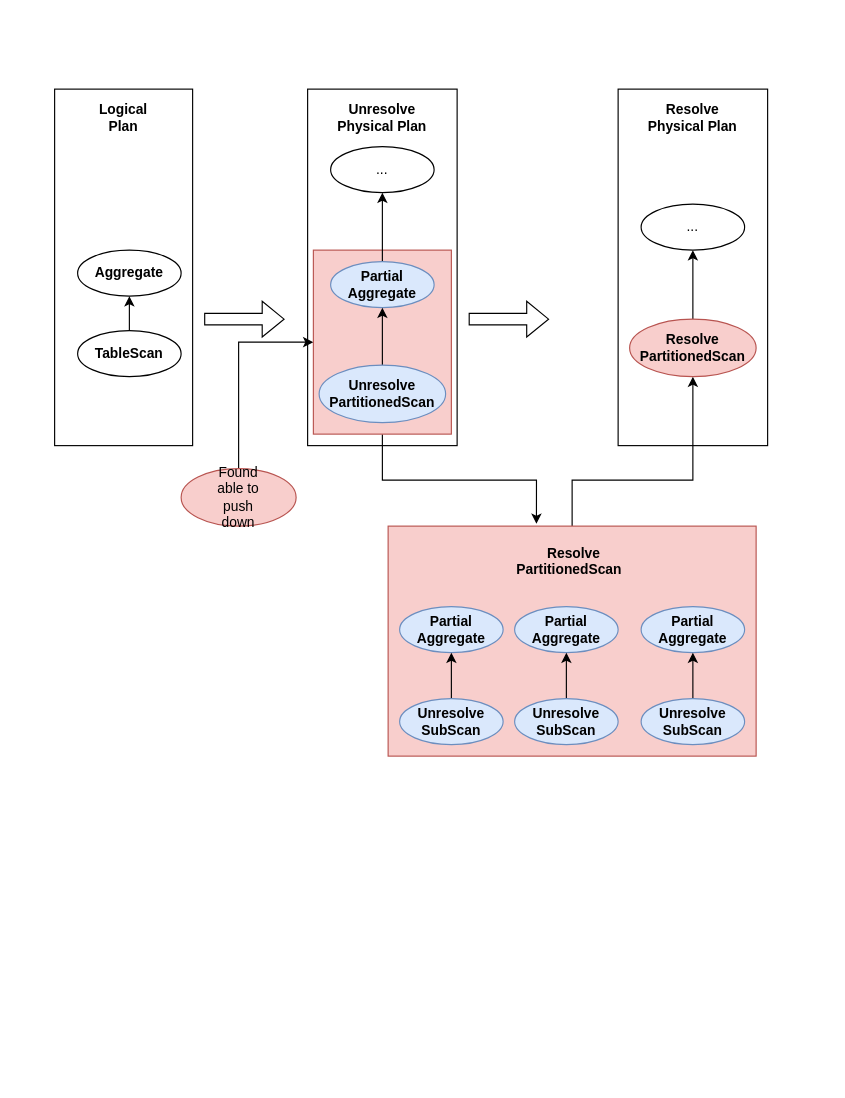
Rachelint/drawio-store keeps this draw.io diagram as remote_scan.drawio. Above is the earlier version. Source tidied: cells renumbered, new cells numbered last; positions are measured from the earlier drawing's top-left corner, leaving out a move shared by most shapes. Both pictures are drawn from the tidied source at 115%, with x=0, y=0 at pixel (54, 89).
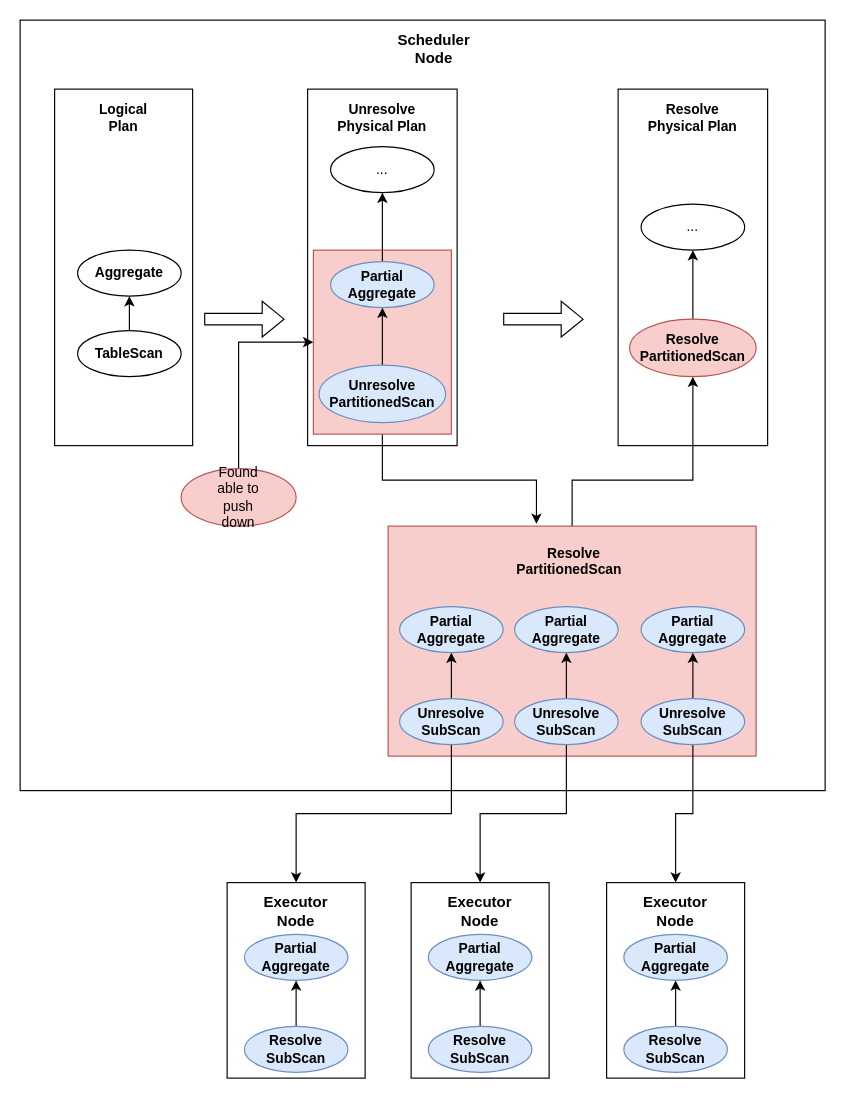
After the change.

The change refers to these unchanged cells:
```xml
<mxCell id="29" value="&lt;div&gt;&lt;b&gt;Unresolve&lt;/b&gt;&lt;/div&gt;&lt;div&gt;&lt;b&gt;SubScan&lt;br&gt;&lt;/b&gt;&lt;/div&gt;" style="ellipse;whiteSpace=wrap;html=1;fillColor=#dae8fc;strokeColor=#6c8ebf;" parent="1" vertex="1">
  <mxGeometry x="300" y="530" width="90" height="40" as="geometry" />
</mxCell>
<mxCell id="32" value="&lt;div&gt;&lt;b&gt;Unresolve&lt;/b&gt;&lt;/div&gt;&lt;div&gt;&lt;b&gt;SubScan&lt;br&gt;&lt;/b&gt;&lt;/div&gt;" style="ellipse;whiteSpace=wrap;html=1;fillColor=#dae8fc;strokeColor=#6c8ebf;" parent="1" vertex="1">
  <mxGeometry x="400" y="530" width="90" height="40" as="geometry" />
</mxCell>
<mxCell id="35" value="&lt;div&gt;&lt;b&gt;Unresolve&lt;/b&gt;&lt;/div&gt;&lt;div&gt;&lt;b&gt;SubScan&lt;br&gt;&lt;/b&gt;&lt;/div&gt;" style="ellipse;whiteSpace=wrap;html=1;fillColor=#dae8fc;strokeColor=#6c8ebf;" parent="1" vertex="1">
  <mxGeometry x="510" y="530" width="90" height="40" as="geometry" />
</mxCell>
```

What changed in the source:
```diff
@@
+    <mxCell id="38" style="rounded=0;whiteSpace=wrap;html=1;" parent="1" vertex="1">
+      <mxGeometry x="-30" y="-60" width="700" height="670" as="geometry" />
+    </mxCell>
@@
     <mxCell id="20" style="shape=flexArrow;endArrow=classic;html=1;rounded=0;" parent="1" edge="1">
       <mxGeometry relative="1" as="geometry">
-        <mxPoint x="360" y="200" as="sourcePoint" />
-        <mxPoint x="430" y="200" as="targetPoint" />
+        <mxPoint x="390" y="200" as="sourcePoint" />
+        <mxPoint x="460" y="200" as="targetPoint" />
       </mxGeometry>
     </mxCell>
@@
+    <mxCell id="39" style="edgeStyle=orthogonalEdgeStyle;rounded=0;jettySize=auto;html=1;exitX=0.5;exitY=1;exitDx=0;exitDy=0;entryX=0.5;entryY=0;entryDx=0;entryDy=0;" parent="1" edge="1" source="29" target="43">
+      <mxGeometry relative="1" as="geometry" />
+    </mxCell>
@@
+    <mxCell id="40" style="edgeStyle=orthogonalEdgeStyle;rounded=0;jettySize=auto;html=1;exitX=0.5;exitY=1;exitDx=0;exitDy=0;" parent="1" edge="1" source="32" target="48">
+      <mxGeometry relative="1" as="geometry" />
+    </mxCell>
@@
+    <mxCell id="41" style="edgeStyle=orthogonalEdgeStyle;rounded=0;jettySize=auto;html=1;exitX=0.5;exitY=1;exitDx=0;exitDy=0;entryX=0.5;entryY=0;entryDx=0;entryDy=0;" parent="1" edge="1" source="35" target="53">
+      <mxGeometry relative="1" as="geometry" />
+    </mxCell>
@@
+    <mxCell id="42" value="&lt;font style=&quot;font-size: 13px;&quot;&gt;&lt;b&gt;Scheduler Node&lt;br&gt;&lt;/b&gt;&lt;/font&gt;" style="text;html=1;strokeColor=none;fillColor=none;align=center;verticalAlign=middle;whiteSpace=wrap;rounded=0;" parent="1" vertex="1">
+      <mxGeometry x="300" y="-50" width="60" height="30" as="geometry" />
+    </mxCell>
+    <mxCell id="43" style="rounded=0;whiteSpace=wrap;html=1;" parent="1" vertex="1">
+      <mxGeometry x="150" y="690" width="120" height="170" as="geometry" />
+    </mxCell>
+    <mxCell id="44" value="&lt;b&gt;Partial Aggregate&lt;/b&gt;" style="ellipse;whiteSpace=wrap;html=1;fillColor=#dae8fc;strokeColor=#6c8ebf;" parent="1" vertex="1">
+      <mxGeometry x="165" y="735" width="90" height="40" as="geometry" />
+    </mxCell>
+    <mxCell id="45" style="edgeStyle=orthogonalEdgeStyle;rounded=0;jettySize=auto;html=1;exitX=0.5;exitY=0;exitDx=0;exitDy=0;entryX=0.5;entryY=1;entryDx=0;entryDy=0;" parent="1" edge="1" source="46" target="44">
+      <mxGeometry relative="1" as="geometry" />
+    </mxCell>
+    <mxCell id="46" value="&lt;div&gt;&lt;b&gt;Resolve&lt;/b&gt;&lt;/div&gt;&lt;div&gt;&lt;b&gt;SubScan&lt;br&gt;&lt;/b&gt;&lt;/div&gt;" style="ellipse;whiteSpace=wrap;html=1;fillColor=#dae8fc;strokeColor=#6c8ebf;" parent="1" vertex="1">
+      <mxGeometry x="165" y="815" width="90" height="40" as="geometry" />
+    </mxCell>
+    <mxCell id="47" value="&lt;font style=&quot;font-size: 13px;&quot;&gt;&lt;b&gt;Executor Node&lt;br&gt;&lt;/b&gt;&lt;/font&gt;" style="text;html=1;strokeColor=none;fillColor=none;align=center;verticalAlign=middle;whiteSpace=wrap;rounded=0;" parent="1" vertex="1">
+      <mxGeometry x="180" y="700" width="60" height="30" as="geometry" />
+    </mxCell>
+    <mxCell id="48" style="rounded=0;whiteSpace=wrap;html=1;" parent="1" vertex="1">
+      <mxGeometry x="310" y="690" width="120" height="170" as="geometry" />
+    </mxCell>
+    <mxCell id="49" value="&lt;b&gt;Partial Aggregate&lt;/b&gt;" style="ellipse;whiteSpace=wrap;html=1;fillColor=#dae8fc;strokeColor=#6c8ebf;" parent="1" vertex="1">
+      <mxGeometry x="325" y="735" width="90" height="40" as="geometry" />
+    </mxCell>
+    <mxCell id="50" style="edgeStyle=orthogonalEdgeStyle;rounded=0;jettySize=auto;html=1;exitX=0.5;exitY=0;exitDx=0;exitDy=0;entryX=0.5;entryY=1;entryDx=0;entryDy=0;" parent="1" edge="1" source="51" target="49">
+      <mxGeometry relative="1" as="geometry" />
+    </mxCell>
+    <mxCell id="51" value="&lt;div&gt;&lt;b&gt;Resolve&lt;/b&gt;&lt;/div&gt;&lt;div&gt;&lt;b&gt;SubScan&lt;br&gt;&lt;/b&gt;&lt;/div&gt;" style="ellipse;whiteSpace=wrap;html=1;fillColor=#dae8fc;strokeColor=#6c8ebf;" parent="1" vertex="1">
+      <mxGeometry x="325" y="815" width="90" height="40" as="geometry" />
+    </mxCell>
+    <mxCell id="52" value="&lt;font style=&quot;font-size: 13px;&quot;&gt;&lt;b&gt;Executor Node&lt;br&gt;&lt;/b&gt;&lt;/font&gt;" style="text;html=1;strokeColor=none;fillColor=none;align=center;verticalAlign=middle;whiteSpace=wrap;rounded=0;" parent="1" vertex="1">
+      <mxGeometry x="340" y="700" width="60" height="30" as="geometry" />
+    </mxCell>
+    <mxCell id="53" style="rounded=0;whiteSpace=wrap;html=1;" parent="1" vertex="1">
+      <mxGeometry x="480" y="690" width="120" height="170" as="geometry" />
+    </mxCell>
+    <mxCell id="54" value="&lt;b&gt;Partial Aggregate&lt;/b&gt;" style="ellipse;whiteSpace=wrap;html=1;fillColor=#dae8fc;strokeColor=#6c8ebf;" parent="1" vertex="1">
+      <mxGeometry x="495" y="735" width="90" height="40" as="geometry" />
+    </mxCell>
+    <mxCell id="55" style="edgeStyle=orthogonalEdgeStyle;rounded=0;jettySize=auto;html=1;exitX=0.5;exitY=0;exitDx=0;exitDy=0;entryX=0.5;entryY=1;entryDx=0;entryDy=0;" parent="1" edge="1" source="56" target="54">
+      <mxGeometry relative="1" as="geometry" />
+    </mxCell>
+    <mxCell id="56" value="&lt;div&gt;&lt;b&gt;Resolve&lt;/b&gt;&lt;/div&gt;&lt;div&gt;&lt;b&gt;SubScan&lt;br&gt;&lt;/b&gt;&lt;/div&gt;" style="ellipse;whiteSpace=wrap;html=1;fillColor=#dae8fc;strokeColor=#6c8ebf;" parent="1" vertex="1">
+      <mxGeometry x="495" y="815" width="90" height="40" as="geometry" />
+    </mxCell>
+    <mxCell id="57" value="&lt;font style=&quot;font-size: 13px;&quot;&gt;&lt;b&gt;Executor Node&lt;br&gt;&lt;/b&gt;&lt;/font&gt;" style="text;html=1;strokeColor=none;fillColor=none;align=center;verticalAlign=middle;whiteSpace=wrap;rounded=0;" parent="1" vertex="1">
+      <mxGeometry x="510" y="700" width="60" height="30" as="geometry" />
+    </mxCell>
```
